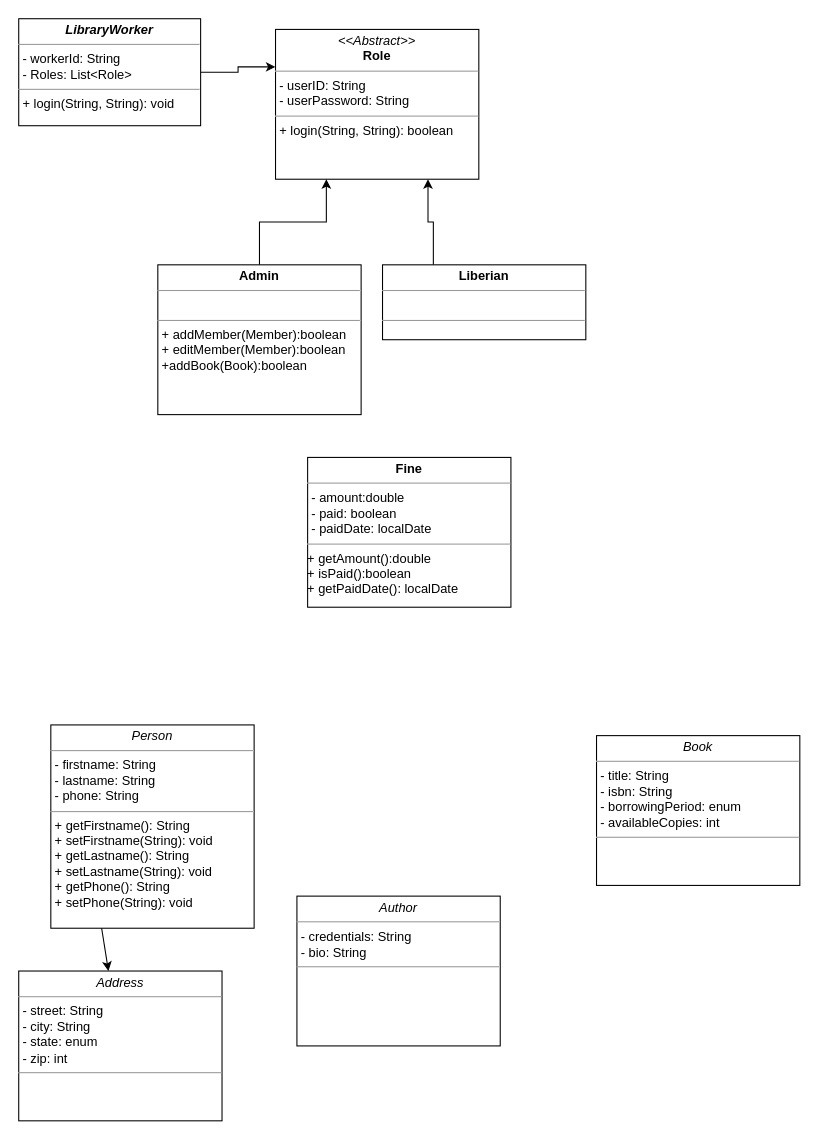
Above: Untitled Diagram.drawio in megaunknown/UML (draw.io), before the change. Source tidied: cells renumbered, new cells numbered last; positions are measured from the earlier drawing's top-left corner, leaving out a move shared by most shapes. Both pictures are drawn from the tidied source at 107%, with x=0, y=0 at pixel (18, 18).
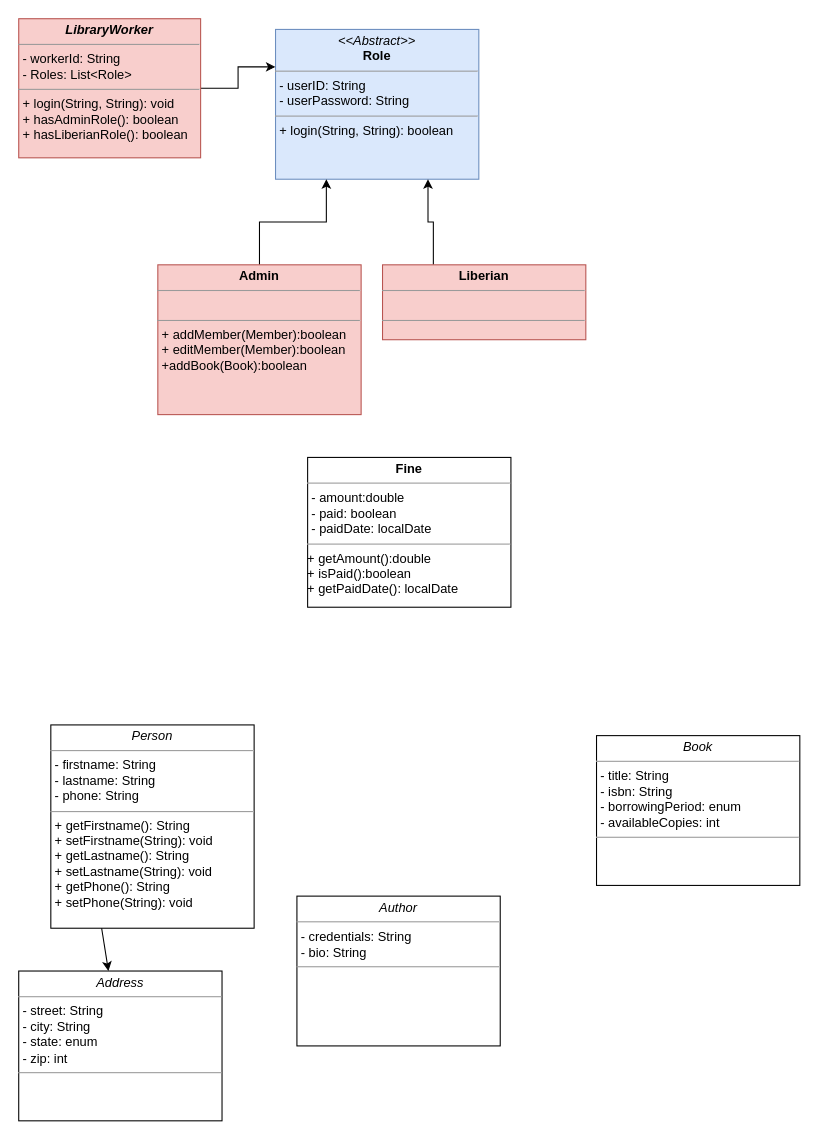
After the change.

Commit message:
Add Coloring to Classes

Change to the diagram source:
```diff
@@
 <mxGraphModel>
   <root>
     <mxCell id="0" />
     <mxCell id="1" parent="0" />
-    <mxCell id="2" value="&lt;p style=&quot;margin: 0px ; margin-top: 4px ; text-align: center&quot;&gt;&lt;i&gt;&amp;lt;&amp;lt;Abstract&amp;gt;&amp;gt;&lt;/i&gt;&lt;br&gt;&lt;b&gt;Role&lt;/b&gt;&lt;/p&gt;&lt;hr size=&quot;1&quot;&gt;&lt;p style=&quot;margin: 0px ; margin-left: 4px&quot;&gt;- userID: String&lt;br&gt;- userPassword: String&lt;/p&gt;&lt;hr size=&quot;1&quot;&gt;&lt;p style=&quot;margin: 0px ; margin-left: 4px&quot;&gt;+ login(String, String): boolean&lt;br&gt;&lt;/p&gt;" style="verticalAlign=top;align=left;overflow=fill;fontSize=12;fontFamily=Helvetica;html=1;rounded=0;shadow=0;comic=0;labelBackgroundColor=none;strokeWidth=1;" parent="1" vertex="1">
+    <mxCell id="2" value="&lt;p style=&quot;margin: 0px ; margin-top: 4px ; text-align: center&quot;&gt;&lt;i&gt;&amp;lt;&amp;lt;Abstract&amp;gt;&amp;gt;&lt;/i&gt;&lt;br&gt;&lt;b&gt;Role&lt;/b&gt;&lt;/p&gt;&lt;hr size=&quot;1&quot;&gt;&lt;p style=&quot;margin: 0px ; margin-left: 4px&quot;&gt;- userID: String&lt;br&gt;- userPassword: String&lt;/p&gt;&lt;hr size=&quot;1&quot;&gt;&lt;p style=&quot;margin: 0px ; margin-left: 4px&quot;&gt;+ login(String, String): boolean&lt;br&gt;&lt;/p&gt;" style="verticalAlign=top;align=left;overflow=fill;fontSize=12;fontFamily=Helvetica;html=1;rounded=0;shadow=0;comic=0;labelBackgroundColor=none;strokeWidth=1;fillColor=#dae8fc;strokeColor=#6c8ebf;" parent="1" vertex="1">
       <mxGeometry x="240" y="10" width="190" height="140" as="geometry" />
     </mxCell>
     <mxCell id="3" style="edgeStyle=orthogonalEdgeStyle;rounded=0;jettySize=auto;html=1;exitX=0.5;exitY=0;exitDx=0;exitDy=0;entryX=0.25;entryY=1;entryDx=0;entryDy=0;" parent="1" edge="1" source="4" target="2">
       <mxGeometry relative="1" as="geometry" />
     </mxCell>
-    <mxCell id="4" value="&lt;p style=&quot;margin: 0px ; margin-top: 4px ; text-align: center&quot;&gt;&lt;b&gt;Admin&lt;/b&gt;&lt;/p&gt;&lt;hr size=&quot;1&quot;&gt;&lt;p style=&quot;margin: 0px ; margin-left: 4px&quot;&gt;&lt;br&gt;&lt;/p&gt;&lt;hr size=&quot;1&quot;&gt;&lt;p style=&quot;margin: 0px ; margin-left: 4px&quot;&gt;+ addMember(Member):boolean&lt;/p&gt;&lt;p style=&quot;margin: 0px ; margin-left: 4px&quot;&gt;+ editMember(Member):boolean&lt;/p&gt;&lt;p style=&quot;margin: 0px ; margin-left: 4px&quot;&gt;+addBook(Book):boolean&lt;/p&gt;&lt;p style=&quot;margin: 0px ; margin-left: 4px&quot;&gt;&lt;br&gt;&lt;/p&gt;" style="verticalAlign=top;align=left;overflow=fill;fontSize=12;fontFamily=Helvetica;html=1;rounded=0;shadow=0;comic=0;labelBackgroundColor=none;strokeWidth=1;" parent="1" vertex="1">
+    <mxCell id="4" value="&lt;p style=&quot;margin: 0px ; margin-top: 4px ; text-align: center&quot;&gt;&lt;b&gt;Admin&lt;/b&gt;&lt;/p&gt;&lt;hr size=&quot;1&quot;&gt;&lt;p style=&quot;margin: 0px ; margin-left: 4px&quot;&gt;&lt;br&gt;&lt;/p&gt;&lt;hr size=&quot;1&quot;&gt;&lt;p style=&quot;margin: 0px ; margin-left: 4px&quot;&gt;+ addMember(Member):boolean&lt;/p&gt;&lt;p style=&quot;margin: 0px ; margin-left: 4px&quot;&gt;+ editMember(Member):boolean&lt;/p&gt;&lt;p style=&quot;margin: 0px ; margin-left: 4px&quot;&gt;+addBook(Book):boolean&lt;/p&gt;&lt;p style=&quot;margin: 0px ; margin-left: 4px&quot;&gt;&lt;br&gt;&lt;/p&gt;" style="verticalAlign=top;align=left;overflow=fill;fontSize=12;fontFamily=Helvetica;html=1;rounded=0;shadow=0;comic=0;labelBackgroundColor=none;strokeWidth=1;fillColor=#f8cecc;strokeColor=#b85450;" parent="1" vertex="1">
       <mxGeometry x="130" y="230" width="190" height="140" as="geometry" />
     </mxCell>
     <mxCell id="5" value="&lt;p style=&quot;margin: 0px ; margin-top: 4px ; text-align: center&quot;&gt;&lt;i&gt;Book&lt;/i&gt;&lt;/p&gt;&lt;hr size=&quot;1&quot;&gt;&lt;p style=&quot;margin: 0px ; margin-left: 4px&quot;&gt;- title: String&lt;br&gt;- isbn: String&lt;/p&gt;&lt;p style=&quot;margin: 0px ; margin-left: 4px&quot;&gt;- borrowingPeriod: enum&lt;/p&gt;&lt;p style=&quot;margin: 0px ; margin-left: 4px&quot;&gt;- availableCopies: int&lt;/p&gt;&lt;hr size=&quot;1&quot;&gt;&lt;p style=&quot;margin: 0px ; margin-left: 4px&quot;&gt;&lt;br&gt;&lt;/p&gt;" style="verticalAlign=top;align=left;overflow=fill;fontSize=12;fontFamily=Helvetica;html=1;rounded=0;shadow=0;comic=0;labelBackgroundColor=none;strokeWidth=1;" parent="1" vertex="1">
       <mxGeometry x="540" y="670" width="190" height="140" as="geometry" />
     </mxCell>
     <mxCell id="6" style="edgeStyle=orthogonalEdgeStyle;rounded=0;jettySize=auto;html=1;exitX=0.25;exitY=0;exitDx=0;exitDy=0;entryX=0.75;entryY=1;entryDx=0;entryDy=0;" parent="1" edge="1" source="8" target="2">
       <mxGeometry relative="1" as="geometry" />
     </mxCell>
     <mxCell id="7" value="&lt;p style=&quot;margin: 0px ; margin-top: 4px ; text-align: center&quot;&gt;&lt;i&gt;Person&lt;/i&gt;&lt;br&gt;&lt;/p&gt;&lt;hr size=&quot;1&quot;&gt;&lt;p style=&quot;margin: 0px ; margin-left: 4px&quot;&gt;- firstname: String&lt;br&gt;- lastname: String&lt;/p&gt;&lt;p style=&quot;margin: 0px ; margin-left: 4px&quot;&gt;- phone: String&lt;br&gt;&lt;/p&gt;&lt;hr size=&quot;1&quot;&gt;&lt;p style=&quot;margin: 0px ; margin-left: 4px&quot;&gt;+ getFirstname(): String&lt;/p&gt;&lt;p style=&quot;margin: 0px ; margin-left: 4px&quot;&gt;+ setFirstname(String): void&lt;br&gt;&lt;/p&gt;&lt;p style=&quot;margin: 0px 0px 0px 4px&quot;&gt;+ getLastname(): String&lt;/p&gt;&lt;p style=&quot;margin: 0px 0px 0px 4px&quot;&gt;+ setLastname(String): void&lt;br&gt;&lt;/p&gt;&lt;p style=&quot;margin: 0px 0px 0px 4px&quot;&gt;+ getPhone(): String&lt;/p&gt;&lt;p style=&quot;margin: 0px 0px 0px 4px&quot;&gt;+ setPhone(String): void&lt;/p&gt;&lt;p style=&quot;margin: 0px 0px 0px 4px&quot;&gt;&lt;br&gt;&lt;/p&gt;" style="verticalAlign=top;align=left;overflow=fill;fontSize=12;fontFamily=Helvetica;html=1;rounded=0;shadow=0;comic=0;labelBackgroundColor=none;strokeWidth=1;" parent="1" vertex="1">
       <mxGeometry x="30" y="660" width="190" height="190" as="geometry" />
     </mxCell>
-    <mxCell id="8" value="&lt;p style=&quot;margin: 0px ; margin-top: 4px ; text-align: center&quot;&gt;&lt;b&gt;Liberian&lt;/b&gt;&lt;/p&gt;&lt;hr size=&quot;1&quot;&gt;&lt;p style=&quot;margin: 0px ; margin-left: 4px&quot;&gt;&lt;br&gt;&lt;/p&gt;&lt;hr size=&quot;1&quot;&gt;&lt;p style=&quot;margin: 0px ; margin-left: 4px&quot;&gt;&lt;br&gt;&lt;/p&gt;" style="verticalAlign=top;align=left;overflow=fill;fontSize=12;fontFamily=Helvetica;html=1;rounded=0;shadow=0;comic=0;labelBackgroundColor=none;strokeWidth=1;" parent="1" vertex="1">
+    <mxCell id="8" value="&lt;p style=&quot;margin: 0px ; margin-top: 4px ; text-align: center&quot;&gt;&lt;b&gt;Liberian&lt;/b&gt;&lt;/p&gt;&lt;hr size=&quot;1&quot;&gt;&lt;p style=&quot;margin: 0px ; margin-left: 4px&quot;&gt;&lt;br&gt;&lt;/p&gt;&lt;hr size=&quot;1&quot;&gt;&lt;p style=&quot;margin: 0px ; margin-left: 4px&quot;&gt;&lt;br&gt;&lt;/p&gt;" style="verticalAlign=top;align=left;overflow=fill;fontSize=12;fontFamily=Helvetica;html=1;rounded=0;shadow=0;comic=0;labelBackgroundColor=none;strokeWidth=1;fillColor=#f8cecc;strokeColor=#b85450;" parent="1" vertex="1">
       <mxGeometry x="340" y="230" width="190" height="70" as="geometry" />
     </mxCell>
     <mxCell id="9" value="&lt;p style=&quot;margin: 0px ; margin-top: 4px ; text-align: center&quot;&gt;&lt;i&gt;Address&lt;/i&gt;&lt;/p&gt;&lt;hr size=&quot;1&quot;&gt;&lt;p style=&quot;margin: 0px ; margin-left: 4px&quot;&gt;- street: String&lt;br&gt;- city: String&lt;/p&gt;&lt;p style=&quot;margin: 0px ; margin-left: 4px&quot;&gt;- state: enum&lt;/p&gt;&lt;p style=&quot;margin: 0px ; margin-left: 4px&quot;&gt;- zip: int&lt;/p&gt;&lt;hr size=&quot;1&quot;&gt;&lt;p style=&quot;margin: 0px ; margin-left: 4px&quot;&gt;&lt;br&gt;&lt;/p&gt;" style="verticalAlign=top;align=left;overflow=fill;fontSize=12;fontFamily=Helvetica;html=1;rounded=0;shadow=0;comic=0;labelBackgroundColor=none;strokeWidth=1;" parent="1" vertex="1">
       <mxGeometry y="890" width="190" height="140" as="geometry" />
     </mxCell>
     <mxCell id="10" style="edgeStyle=orthogonalEdgeStyle;rounded=0;jettySize=auto;html=1;exitX=1;exitY=0.5;exitDx=0;exitDy=0;entryX=0;entryY=0.25;entryDx=0;entryDy=0;" parent="1" edge="1" source="12" target="2">
       <mxGeometry relative="1" as="geometry" />
     </mxCell>
     <mxCell id="11" style="endArrow=classic;html=1;exitX=0.25;exitY=1;exitDx=0;exitDy=0;" parent="1" edge="1" source="7" target="9">
       <mxGeometry relative="1" as="geometry" />
     </mxCell>
-    <mxCell id="12" value="&lt;p style=&quot;margin: 0px ; margin-top: 4px ; text-align: center&quot;&gt;&lt;i&gt;&lt;b&gt;LibraryWorker&lt;/b&gt;&lt;/i&gt;&lt;/p&gt;&lt;hr size=&quot;1&quot;&gt;&lt;p style=&quot;margin: 0px ; margin-left: 4px&quot;&gt;- workerId: String&lt;br&gt;- Roles: List&amp;lt;Role&amp;gt;&lt;/p&gt;&lt;hr size=&quot;1&quot;&gt;&lt;p style=&quot;margin: 0px ; margin-left: 4px&quot;&gt;+ login(String, String): void&lt;br&gt;&lt;/p&gt;" style="verticalAlign=top;align=left;overflow=fill;fontSize=12;fontFamily=Helvetica;html=1;rounded=0;shadow=0;comic=0;labelBackgroundColor=none;strokeWidth=1;" parent="1" vertex="1">
-      <mxGeometry width="170" height="100" as="geometry" />
+    <mxCell id="12" value="&lt;p style=&quot;margin: 0px ; margin-top: 4px ; text-align: center&quot;&gt;&lt;i&gt;&lt;b&gt;LibraryWorker&lt;/b&gt;&lt;/i&gt;&lt;/p&gt;&lt;hr size=&quot;1&quot;&gt;&lt;p style=&quot;margin: 0px ; margin-left: 4px&quot;&gt;- workerId: String&lt;br&gt;- Roles: List&amp;lt;Role&amp;gt;&lt;/p&gt;&lt;hr size=&quot;1&quot;&gt;&lt;p style=&quot;margin: 0px ; margin-left: 4px&quot;&gt;+ login(String, String): void&lt;br&gt;+ hasAdminRole(): boolean&lt;/p&gt;&lt;p style=&quot;margin: 0px ; margin-left: 4px&quot;&gt;+ hasLiberianRole(): boolean&lt;br&gt;&lt;/p&gt;&lt;p style=&quot;margin: 0px ; margin-left: 4px&quot;&gt;&lt;br&gt;&lt;/p&gt;" style="verticalAlign=top;align=left;overflow=fill;fontSize=12;fontFamily=Helvetica;html=1;rounded=0;shadow=0;comic=0;labelBackgroundColor=none;strokeWidth=1;fillColor=#f8cecc;strokeColor=#b85450;" parent="1" vertex="1">
+      <mxGeometry width="170" height="130" as="geometry" />
     </mxCell>
     <mxCell id="13" value="&lt;p style=&quot;margin: 0px ; margin-top: 4px ; text-align: center&quot;&gt;&lt;i&gt;Author&lt;/i&gt;&lt;/p&gt;&lt;hr size=&quot;1&quot;&gt;&lt;p style=&quot;margin: 0px ; margin-left: 4px&quot;&gt;- credentials: String&lt;br&gt;- bio: String&lt;/p&gt;&lt;hr size=&quot;1&quot;&gt;&lt;p style=&quot;margin: 0px ; margin-left: 4px&quot;&gt;&lt;br&gt;&lt;/p&gt;" style="verticalAlign=top;align=left;overflow=fill;fontSize=12;fontFamily=Helvetica;html=1;rounded=0;shadow=0;comic=0;labelBackgroundColor=none;strokeWidth=1;" parent="1" vertex="1">
       <mxGeometry x="260" y="820" width="190" height="140" as="geometry" />
     </mxCell>
     <mxCell id="14" value="&lt;p style=&quot;margin: 0px ; margin-top: 4px ; text-align: center&quot;&gt;&lt;b&gt;Fine&lt;/b&gt;&lt;/p&gt;&lt;hr size=&quot;1&quot;&gt;&lt;p style=&quot;margin: 0px ; margin-left: 4px&quot;&gt;- amount:double&lt;/p&gt;&lt;p style=&quot;margin: 0px ; margin-left: 4px&quot;&gt;- paid: boolean&lt;/p&gt;&lt;p style=&quot;margin: 0px ; margin-left: 4px&quot;&gt;- paidDate: localDate&lt;br&gt;&lt;/p&gt;&lt;hr size=&quot;1&quot;&gt;&lt;div&gt;+ getAmount():double&lt;/div&gt;&lt;div&gt;+ isPaid():boolean&lt;/div&gt;&lt;div&gt;+ getPaidDate(): localDate&lt;br&gt;&lt;/div&gt;" style="verticalAlign=top;align=left;overflow=fill;fontSize=12;fontFamily=Helvetica;html=1;rounded=0;shadow=0;comic=0;labelBackgroundColor=none;strokeWidth=1;" parent="1" vertex="1">
       <mxGeometry x="270" y="410" width="190" height="140" as="geometry" />
     </mxCell>
   </root>
 </mxGraphModel>
```
